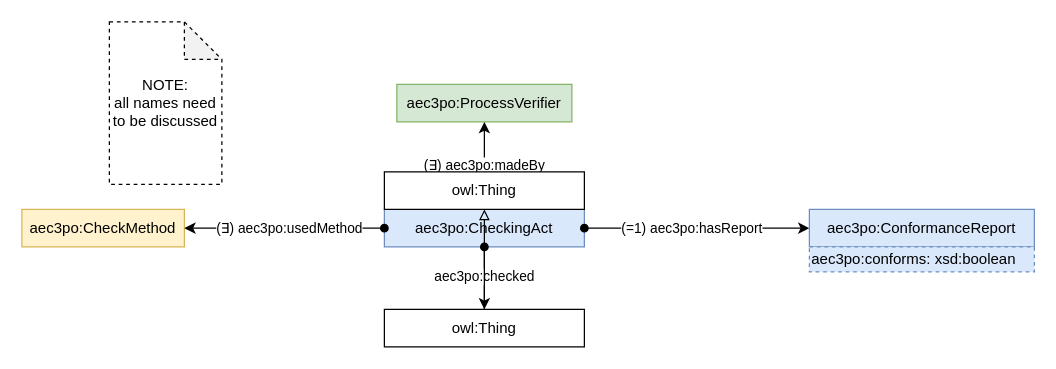
Earlier version of the draw.io diagram page "checking_act" (4 of 48) of src/aec3po.drawio (Accord-Project/aec3po). Source tidied: cells renumbered, new cells numbered last; positions are measured from the earlier drawing's top-left corner, leaving out a move shared by most shapes. Both pictures are drawn from the tidied source at 125%, with x=0, y=0 at pixel (21, 21).
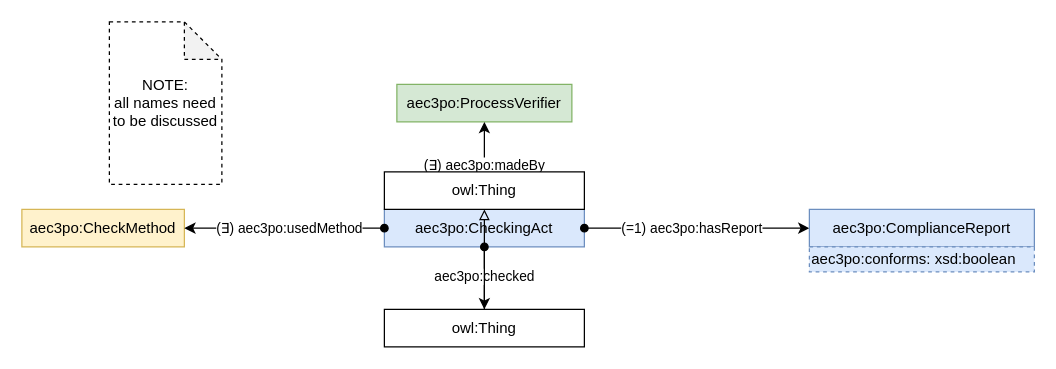
The same diagram, later.

Change to the diagram source:
```diff
@@
 <mxGraphModel>
   <root>
     <mxCell id="0" />
     <mxCell id="1" parent="0" />
     <mxCell id="2" value="aec3po:CheckMethod" style="rounded=0;whiteSpace=wrap;html=1;snapToPoint=1;points=[[0.1,0],[0.2,0],[0.3,0],[0.4,0],[0.5,0],[0.6,0],[0.7,0],[0.8,0],[0.9,0],[0,0.1],[0,0.3],[0,0.5],[0,0.7],[0,0.9],[0.1,1],[0.2,1],[0.3,1],[0.4,1],[0.5,1],[0.6,1],[0.7,1],[0.8,1],[0.9,1],[1,0.1],[1,0.3],[1,0.5],[1,0.7],[1,0.9]];fillColor=#fff2cc;strokeColor=#d6b656;" parent="1" vertex="1">
       <mxGeometry y="150" width="130" height="30" as="geometry" />
     </mxCell>
     <mxCell id="3" value="aec3po:CheckingAct" style="rounded=0;whiteSpace=wrap;html=1;snapToPoint=1;points=[[0.1,0],[0.2,0],[0.3,0],[0.4,0],[0.5,0],[0.6,0],[0.7,0],[0.8,0],[0.9,0],[0,0.1],[0,0.3],[0,0.5],[0,0.7],[0,0.9],[0.1,1],[0.2,1],[0.3,1],[0.4,1],[0.5,1],[0.6,1],[0.7,1],[0.8,1],[0.9,1],[1,0.1],[1,0.3],[1,0.5],[1,0.7],[1,0.9]];fillColor=#dae8fc;strokeColor=#6c8ebf;" parent="1" vertex="1">
       <mxGeometry x="290" y="150" width="160" height="30" as="geometry" />
     </mxCell>
     <mxCell id="4" value="aec3po:ProcessVerifier" style="rounded=0;whiteSpace=wrap;html=1;snapToPoint=1;points=[[0.1,0],[0.2,0],[0.3,0],[0.4,0],[0.5,0],[0.6,0],[0.7,0],[0.8,0],[0.9,0],[0,0.1],[0,0.3],[0,0.5],[0,0.7],[0,0.9],[0.1,1],[0.2,1],[0.3,1],[0.4,1],[0.5,1],[0.6,1],[0.7,1],[0.8,1],[0.9,1],[1,0.1],[1,0.3],[1,0.5],[1,0.7],[1,0.9]];fillColor=#d5e8d4;strokeColor=#82b366;" parent="1" vertex="1">
       <mxGeometry x="300" y="50" width="140" height="30" as="geometry" />
     </mxCell>
     <mxCell id="5" value="(∃) aec3po:madeBy" style="edgeStyle=orthogonalEdgeStyle;rounded=0;jettySize=auto;html=1;entryX=0.5;entryY=1;entryDx=0;entryDy=0;startArrow=none;startFill=0;endArrow=classic;endFill=1;exitX=0.5;exitY=0;exitDx=0;exitDy=0;" parent="1" edge="1" source="3" target="4">
       <mxGeometry relative="1" as="geometry" />
     </mxCell>
     <mxCell id="6" value="(∃) aec3po:usedMethod" style="edgeStyle=orthogonalEdgeStyle;rounded=0;jettySize=auto;html=1;startArrow=oval;startFill=1;endArrow=classic;endFill=1;" parent="1" edge="1" source="3" target="2">
       <mxGeometry x="-0.05" relative="1" as="geometry">
         <Array as="points">
           <mxPoint x="362" y="176" />
           <mxPoint x="200" y="176" />
         </Array>
       </mxGeometry>
     </mxCell>
     <mxCell id="7" value="NOTE: &lt;br&gt;all names need to be discussed" style="shape=note;whiteSpace=wrap;html=1;backgroundOutline=1;darkOpacity=0.05;fontSize=12;strokeColor=default;fillColor=none;dashed=1;" parent="1" vertex="1">
       <mxGeometry x="70" width="90" height="130" as="geometry" />
     </mxCell>
     <mxCell id="8" value="(=1) aec3po:hasReport" style="edgeStyle=orthogonalEdgeStyle;rounded=0;jettySize=auto;html=1;startArrow=oval;startFill=1;endArrow=classic;endFill=1;exitX=1;exitY=0.5;exitDx=0;exitDy=0;" parent="1" edge="1" source="3">
       <mxGeometry x="-0.05" relative="1" as="geometry">
         <mxPoint x="630" y="165" as="targetPoint" />
       </mxGeometry>
     </mxCell>
-    <mxCell id="9" value="aec3po:ConformanceReport" style="rounded=0;whiteSpace=wrap;html=1;fillColor=#dae8fc;strokeColor=#6c8ebf;" parent="1" vertex="1">
+    <mxCell id="9" value="aec3po:ComplianceReport" style="rounded=0;whiteSpace=wrap;html=1;fillColor=#dae8fc;strokeColor=#6c8ebf;" parent="1" vertex="1">
       <mxGeometry x="630" y="150" width="180" height="30" as="geometry" />
     </mxCell>
     <mxCell id="10" value="aec3po:conforms: xsd:boolean" style="rounded=0;whiteSpace=wrap;html=1;fillColor=#dae8fc;strokeColor=#6c8ebf;align=left;dashed=1;" parent="1" vertex="1">
       <mxGeometry x="630" y="180" width="180" height="20" as="geometry" />
     </mxCell>
     <mxCell id="11" value="aec3po:checked" style="edgeStyle=orthogonalEdgeStyle;rounded=0;jettySize=auto;html=1;startArrow=oval;startFill=1;endArrow=classic;endFill=1;exitX=0.5;exitY=1;exitDx=0;exitDy=0;" parent="1" edge="1" source="3">
       <mxGeometry x="-0.05" relative="1" as="geometry">
         <mxPoint x="370" y="230" as="targetPoint" />
       </mxGeometry>
     </mxCell>
     <mxCell id="12" style="edgeStyle=orthogonalEdgeStyle;shape=connector;rounded=0;jettySize=auto;html=1;labelBackgroundColor=default;strokeColor=default;fontFamily=Helvetica;fontSize=11;fontColor=default;endArrow=block;endFill=0;" parent="1" edge="1" source="13" target="14">
       <mxGeometry relative="1" as="geometry" />
     </mxCell>
     <mxCell id="13" value="owl:Thing" style="rounded=0;whiteSpace=wrap;html=1;snapToPoint=1;points=[[0.1,0],[0.2,0],[0.3,0],[0.4,0],[0.5,0],[0.6,0],[0.7,0],[0.8,0],[0.9,0],[0,0.1],[0,0.3],[0,0.5],[0,0.7],[0,0.9],[0.1,1],[0.2,1],[0.3,1],[0.4,1],[0.5,1],[0.6,1],[0.7,1],[0.8,1],[0.9,1],[1,0.1],[1,0.3],[1,0.5],[1,0.7],[1,0.9]];" parent="1" vertex="1">
       <mxGeometry x="290" y="230" width="160" height="30" as="geometry" />
     </mxCell>
     <mxCell id="14" value="owl:Thing" style="rounded=0;whiteSpace=wrap;html=1;snapToPoint=1;points=[[0.1,0],[0.2,0],[0.3,0],[0.4,0],[0.5,0],[0.6,0],[0.7,0],[0.8,0],[0.9,0],[0,0.1],[0,0.3],[0,0.5],[0,0.7],[0,0.9],[0.1,1],[0.2,1],[0.3,1],[0.4,1],[0.5,1],[0.6,1],[0.7,1],[0.8,1],[0.9,1],[1,0.1],[1,0.3],[1,0.5],[1,0.7],[1,0.9]];" parent="1" vertex="1">
       <mxGeometry x="290" y="120" width="160" height="30" as="geometry" />
     </mxCell>
   </root>
 </mxGraphModel>
```
